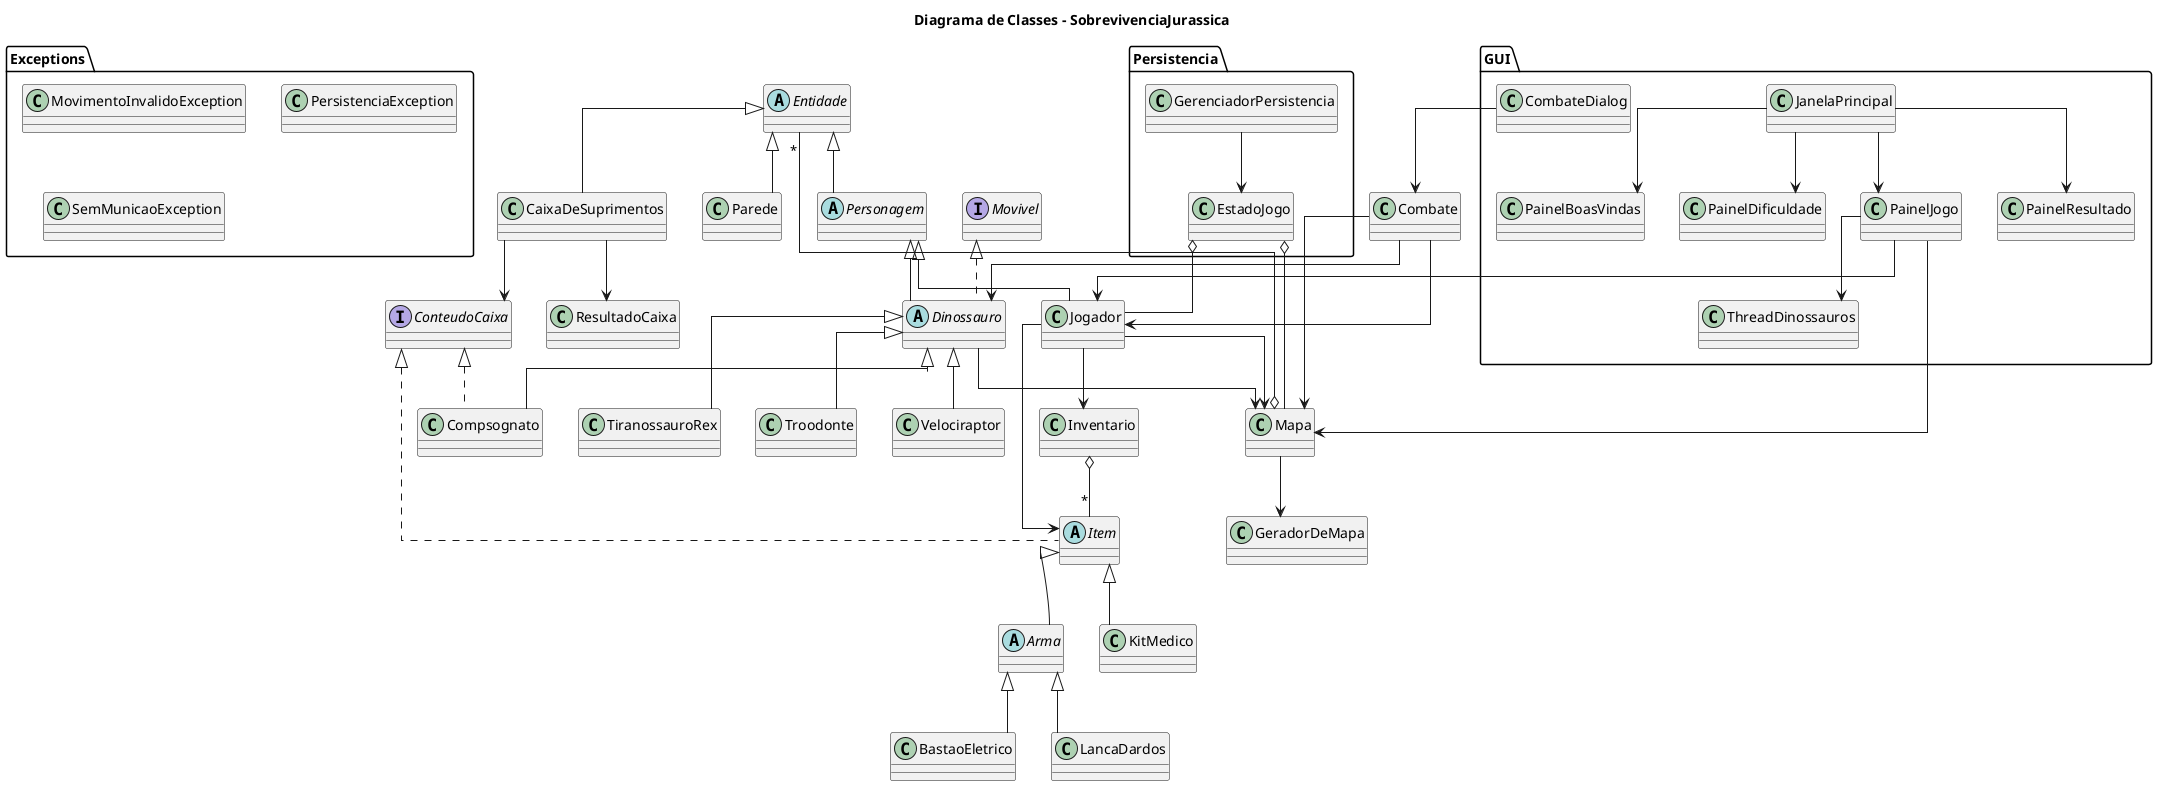
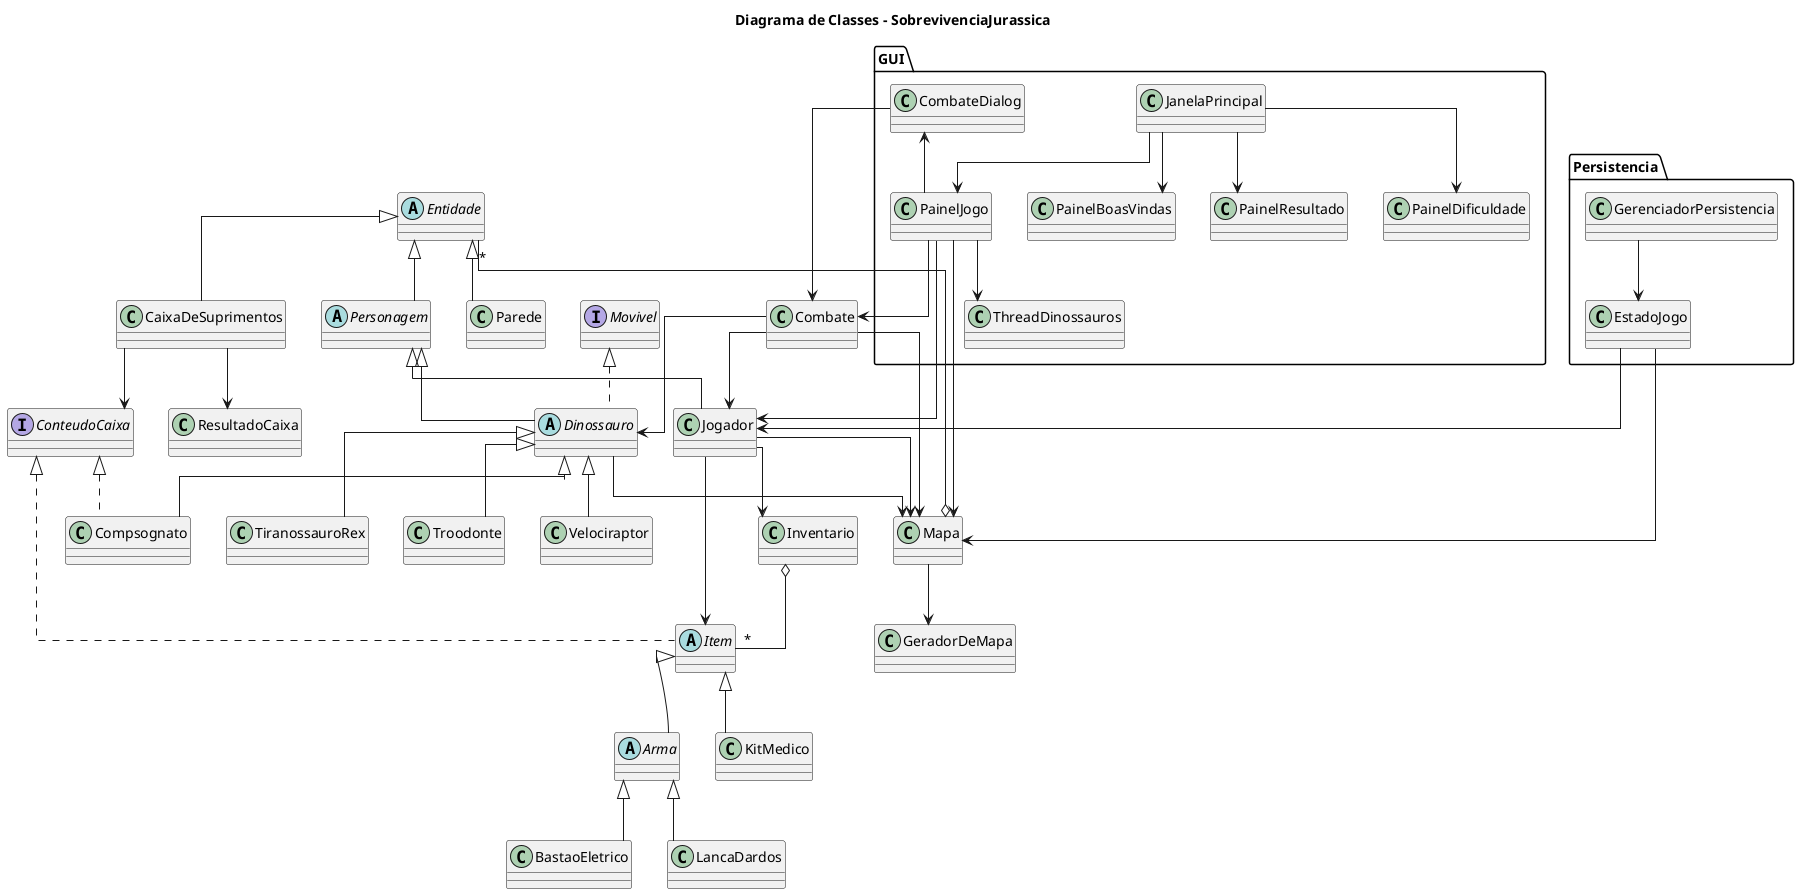
@startuml
title Diagrama de Classes - SobrevivenciaJurassica

skinparam classAttributeIconSize 0
+ 
skinparam linetype ortho


'==========================
' Interfaces
'==========================

interface Movivel
interface ConteudoCaixa

'==========================
' Classes Abstratas
'==========================

abstract class Entidade
together{

    abstract class Personagem
    class Parede
    class CaixaDeSuprimentos
}

together{
    class Jogador
    abstract class Dinossauro
}

abstract class Item
abstract class Arma

'==========================
' Personagens
'==========================

together{
    class Velociraptor
    class Troodonte
    class TiranossauroRex
    class Compsognato
}

'==========================
' Itens
'==========================

class BastaoEletrico
class LancaDardos
class KitMedico
class Inventario

class ResultadoCaixa

'==========================
' Mapa
'==========================

together{
    class Mapa
    class GeradorDeMapa
}

'==========================
' Combate
'==========================

class Combate

'==========================
' Persistência
'==========================
package Persistencia{
    class EstadoJogo
    class GerenciadorPersistencia
}

'==========================
' Interface gráfica
'==========================

package GUI{
    class JanelaPrincipal
    class PainelBoasVindas
    class PainelDificuldade
    class PainelJogo
    class PainelResultado
    class CombateDialog
    class ThreadDinossauros
}

'==========================
' Exceções
'==========================
- package Exceptions{
-     class MovimentoInvalidoException
-     class PersistenciaException
-     class SemMunicaoException
- }
+ 

'==========================
' Heranças
'==========================

Entidade <|-- Personagem
Entidade <|-- Parede
Entidade <|-- CaixaDeSuprimentos

Personagem <|-- Jogador
Personagem <|-- Dinossauro

Dinossauro <|-- Velociraptor
Dinossauro <|-- Troodonte
Dinossauro <|-- TiranossauroRex
Dinossauro <|-- Compsognato

Item <|-- Arma
Item <|-- KitMedico

Arma <|-- BastaoEletrico
Arma <|-- LancaDardos

'==========================
' Interfaces
'==========================

Movivel <|.. Dinossauro
ConteudoCaixa <|.. Item
ConteudoCaixa <|.. Compsognato

'==========================
' Agregações / Composições
'==========================

Mapa o-- "*" Entidade
Inventario o-- "*" Item

- EstadoJogo o-- Jogador
- EstadoJogo o-- Mapa
+ EstadoJogo --> Jogador
+ EstadoJogo --> Mapa

'==========================
' Associações
'==========================

Jogador --> Inventario
Jogador --> Mapa
Jogador --> Item

Dinossauro --> Mapa

Mapa --> GeradorDeMapa

CaixaDeSuprimentos --> ResultadoCaixa
CaixaDeSuprimentos --> ConteudoCaixa

Combate --> Jogador
Combate --> Dinossauro
Combate --> Mapa

GerenciadorPersistencia --> EstadoJogo

JanelaPrincipal --> PainelBoasVindas
JanelaPrincipal --> PainelDificuldade
JanelaPrincipal --> PainelJogo
JanelaPrincipal --> PainelResultado

PainelJogo --> Jogador
PainelJogo --> Mapa
PainelJogo --> ThreadDinossauros
+ PainelJogo -up-> CombateDialog
+ PainelJogo --> Combate

CombateDialog --> Combate

@enduml